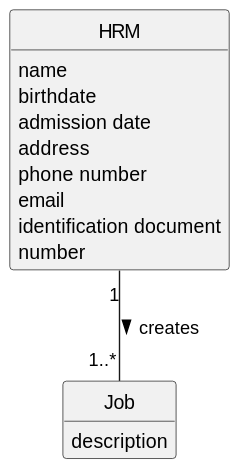
diogoveirospro/lei-24-s2-1dg-g072 keeps this PlantUML diagram as docs/sprintA/us002/02.analysis/svg/us002-domain-model.svg. Above is the earlier version.
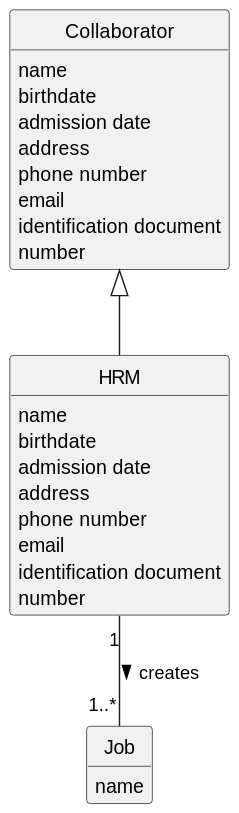
The same diagram one commit later.

Change to the diagram source:
```diff
@@ -13,9 +13,19 @@
 
 
 class Job {
-    description
+    name
 }
 
+class Collaborator {
+   name
+   birthdate
+   admission date
+   address
+   phone number
+   email
+   identification document
+   number
+}
 
 class HRM {
    name
@@ -31,4 +41,5 @@
 
 
 HRM "1" -- "1..*" Job : creates >
+Collaborator <|-- HRM
 @enduml
```
